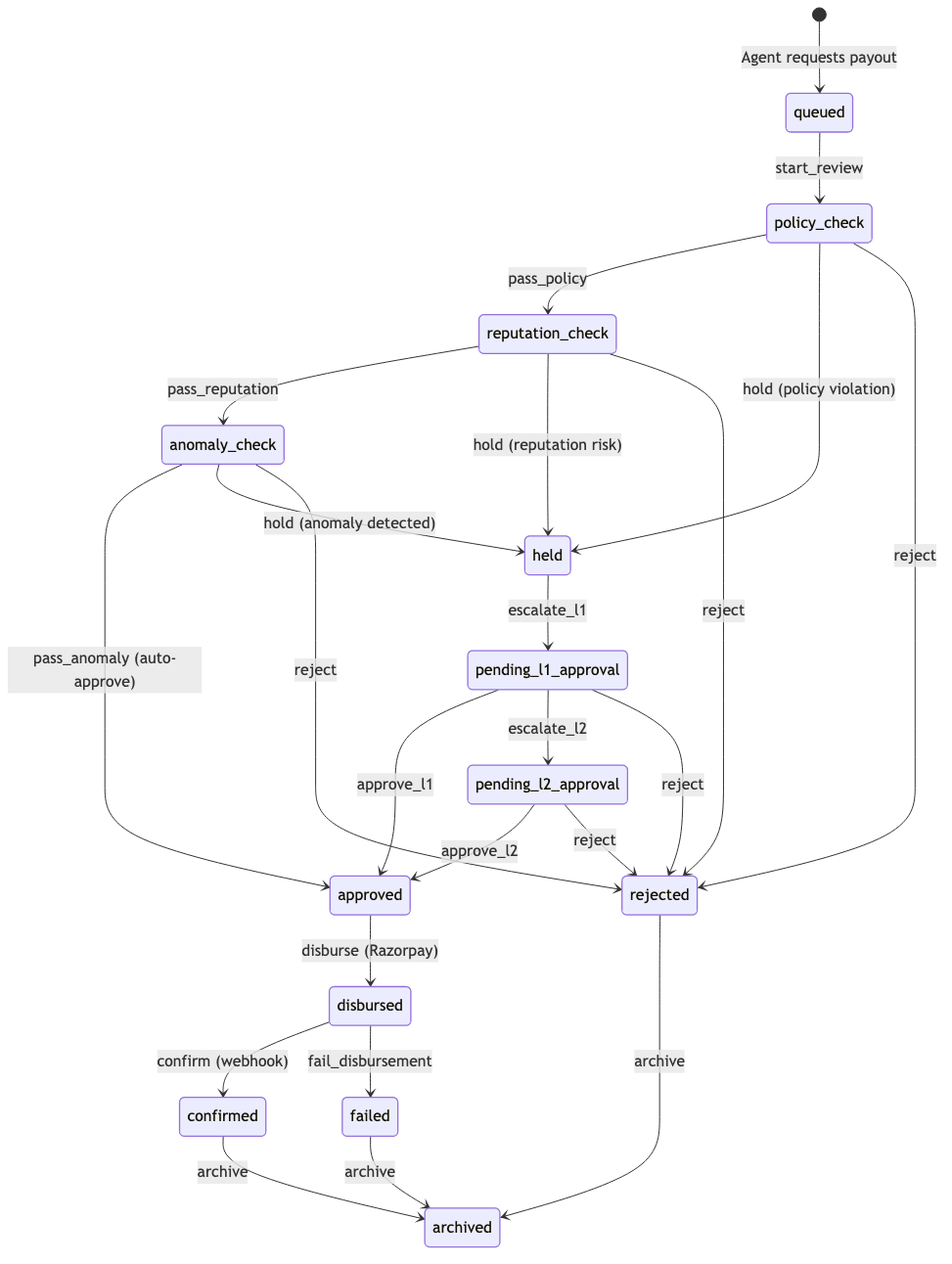
guglxni/VyapaarClaw keeps this Mermaid diagram as docs/diagrams/payout_workflow.png. Above is the earlier version. Its source is kept beside it as docs/diagrams/payout_workflow.mmd. Its diagram source:
```mermaid
stateDiagram-v2
    classDef state fill:#fff,stroke:#333,stroke-width:1px,font-family:monospace;

    [*] --> Queued
    Queued --> EvaluatingConstraints
    EvaluatingConstraints --> Held : Violation
    EvaluatingConstraints --> ValidatingEntity : Met

    ValidatingEntity --> Held : Risk Detected
    ValidatingEntity --> ScoringAnomaly : Verified

    ScoringAnomaly --> Held : Outlier
    ScoringAnomaly --> ReadyForExecution : Normal

    Held --> Tier1Review : Escalate
    Tier1Review --> Tier2Review : L1 Cond
    Tier1Review --> ReadyForExecution : Approved
    Tier1Review --> Rejected : Denied
    Tier2Review --> ReadyForExecution : Approved
    Tier2Review --> Rejected : Denied

    ReadyForExecution --> Transmitting
    Transmitting --> Confirmed : Webhook
    Transmitting --> Failed : API Error

    Confirmed --> [*]
    Failed --> [*]
    Rejected --> [*]
```
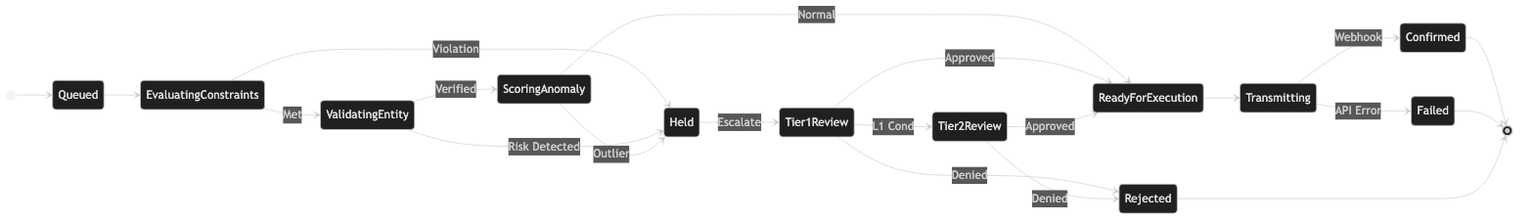
After the commit.

What changed in the source:
```diff
@@ -1,6 +1,5 @@
 stateDiagram-v2
-    classDef state fill:#fff,stroke:#333,stroke-width:1px,font-family:monospace;
-
+    direction LR
     [*] --> Queued
     Queued --> EvaluatingConstraints
     EvaluatingConstraints --> Held : Violation
```
